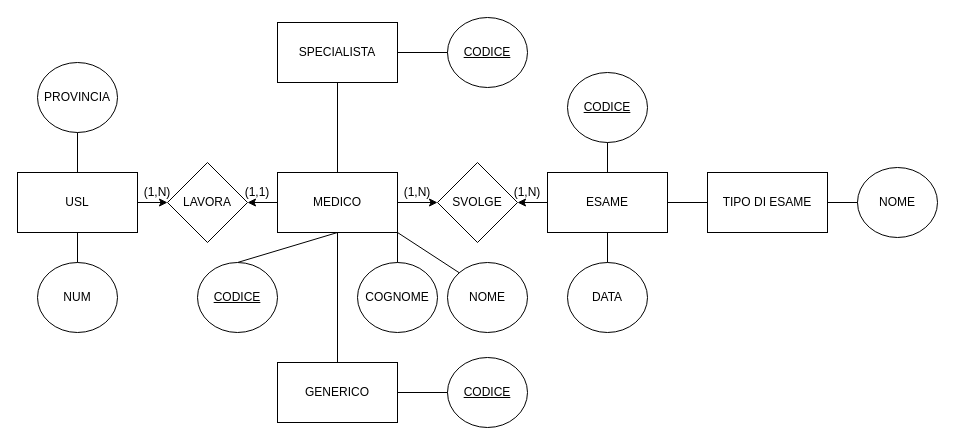
The draw.io diagram esamedatab.drawio in LilAnciel/Project, before the edit. Source tidied: cells renumbered, new cells numbered last; positions are measured from the earlier drawing's top-left corner, leaving out a move shared by most shapes. Both pictures are drawn from the tidied source at 100%, with x=0, y=0 at pixel (17, 17).
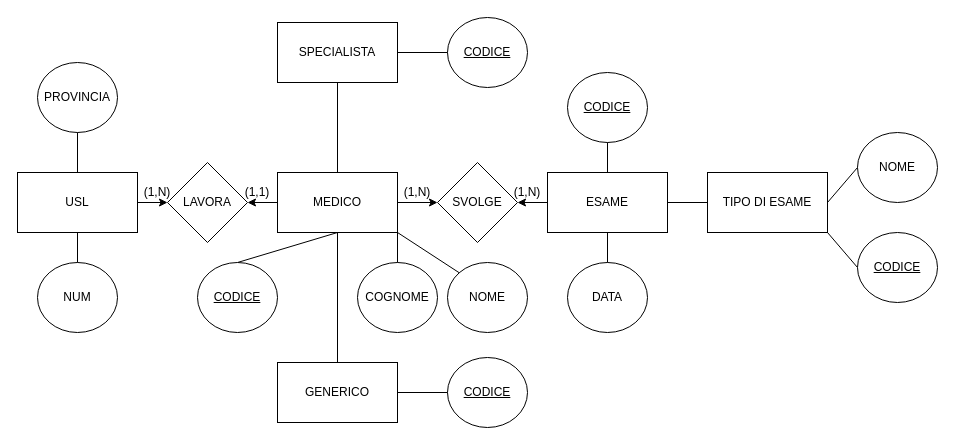
The same diagram, later.

Unchanged cells that the change refers to:
```xml
<mxCell id="2" value="TIPO DI ESAME" style="rounded=0;whiteSpace=wrap;html=1;fillColor=#ffffff;gradientColor=none;" parent="1" vertex="1">
  <mxGeometry x="690" y="155" width="120" height="60" as="geometry" />
</mxCell>
```

Change to the diagram source:
```diff
@@
     <mxCell id="37" value="NOME" style="ellipse;whiteSpace=wrap;html=1;fillColor=#ffffff;gradientColor=none;" parent="1" vertex="1">
-      <mxGeometry x="840" y="150" width="80" height="70" as="geometry" />
+      <mxGeometry x="840" y="115" width="80" height="70" as="geometry" />
     </mxCell>
@@
+    <mxCell id="41" style="endArrow=none;html=1;entryX=1;entryY=1;entryDx=0;entryDy=0;exitX=0;exitY=0.5;exitDx=0;exitDy=0;" parent="1" edge="1" source="42" target="2">
+      <mxGeometry relative="1" as="geometry" />
+    </mxCell>
+    <mxCell id="42" value="&lt;u&gt;CODICE&lt;/u&gt;" style="ellipse;whiteSpace=wrap;html=1;fillColor=#ffffff;gradientColor=none;" parent="1" vertex="1">
+      <mxGeometry x="840" y="215" width="80" height="70" as="geometry" />
+    </mxCell>
```
